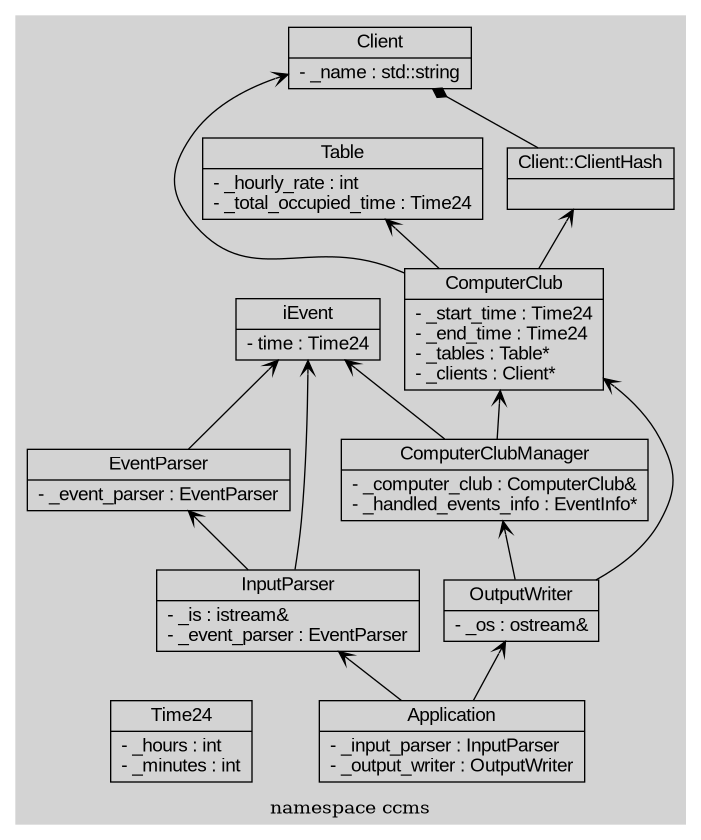
Before: uml.png, a diagram exported from Graphviz (drimmovka/Yadro-cpp-test-2). Its source is kept beside it as uml.dot.
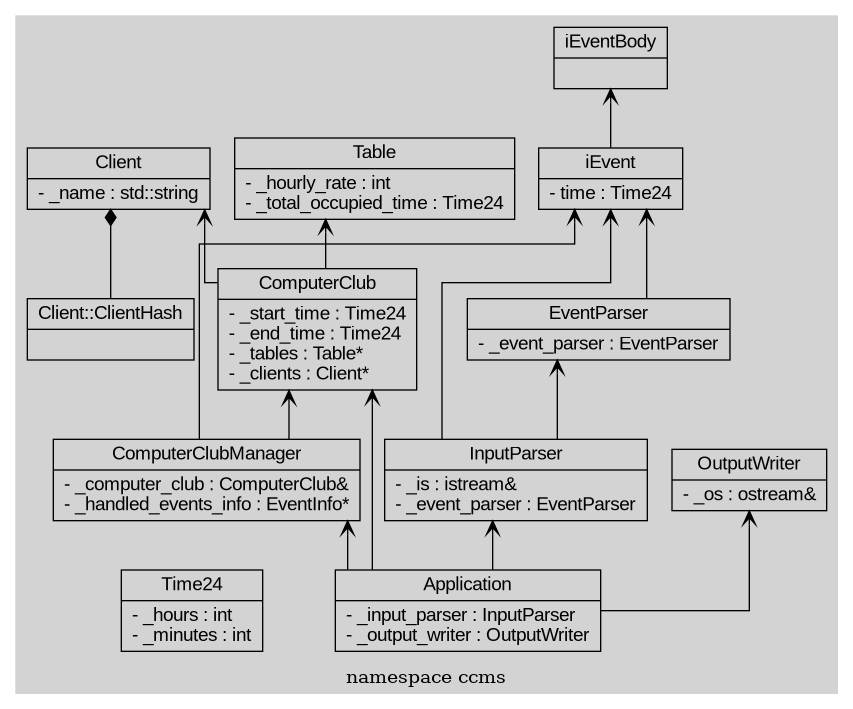
Above is the later version.

The edit, as a diff of the source:
```diff
@@ -1,4 +1,5 @@
 digraph UML {
+    splines=ortho;
     rankdir=BT;
     node [shape=record, fontname=Arial];
 
@@ -38,8 +39,8 @@
         */
 
         /* event body classes */
+        "iEventBody" [label="{iEventBody|}"];
         /*
-        "iEventBody" [label="{iEventBody|}"];
         "ClientArrivedEventBody" [label="{ClientArrivedEventBody|- client : Client\l}"];
         "ClientTryToSitEventBody" [label="{ClientTryToSitEventBody|- client : Client\l- table_id : id_t\l}"];
         "ClientWaitingEventBody" [label="{ClientWaitingEventBody|- client : Client\l}"];
@@ -100,15 +101,16 @@
 
     "EventParser" -> "iEvent" [arrowhead=vee];
 
-    "OutputWriter" -> "ComputerClub" [arrowhead=vee];
-    "OutputWriter" -> "ComputerClubManager" [arrowhead=vee];
+    "Application" -> "ComputerClub" [arrowhead=vee];
+    "Application" -> "ComputerClubManager" [arrowhead=vee];
 
     "ComputerClubManager" -> "ComputerClub" [arrowhead=vee];
     "ComputerClubManager" -> "iEvent" [arrowhead=vee];
 
-    "ComputerClub" -> "Client::ClientHash" [arrowhead=vee];
     "ComputerClub" -> "Table" [arrowhead=vee];
     "ComputerClub" -> "Client" [arrowhead=vee];
+
+    "iEvent" -> "iEventBody" [arrowhead=vee];
 
     /* Compositions */
     "Client::ClientHash" -> "Client" [arrowhead=diamond];
```
